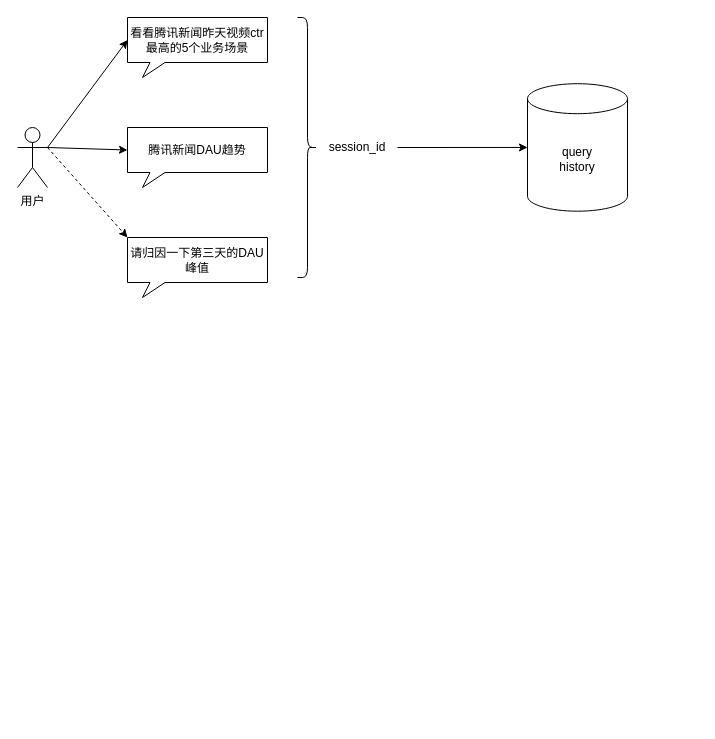
Earlier version of the draw.io diagram llm_multi_round.drawio (learn2Pro/draw_io_save). Source tidied: cells renumbered, new cells numbered last; positions are measured from the earlier drawing's top-left corner, leaving out a move shared by most shapes. Both pictures are drawn from the tidied source at 100%, with x=0, y=0 at pixel (17, 17). Pictures stored in the file or linked from it are replaced by grey dashed boxes.
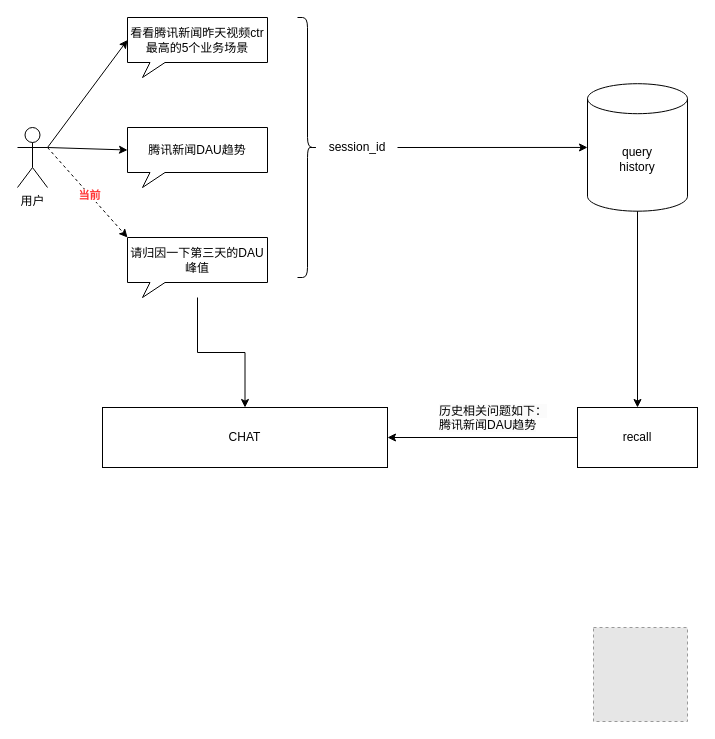
The same page after the edit.

Unchanged cells that the change refers to:
```xml
<mxCell id="4" value="请归因一下第三天的DAU峰值" style="whiteSpace=wrap;html=1;shape=mxgraph.basic.rectCallout;dx=30;dy=15;boundedLbl=1;" parent="1" vertex="1">
  <mxGeometry x="110" y="220" width="140" height="60" as="geometry" />
</mxCell>
<mxCell id="8" style="endArrow=classic;html=1;rounded=0;entryX=0;entryY=0;entryDx=0;entryDy=0;entryPerimeter=0;exitX=1;exitY=0.3333333333333333;exitDx=0;exitDy=0;exitPerimeter=0;dashed=1;" parent="1" edge="1" source="5" target="4">
  <mxGeometry relative="1" as="geometry" />
</mxCell>
```

What changed in the source:
```diff
@@
+    <mxCell id="13" style="edgeStyle=orthogonalEdgeStyle;rounded=0;jettySize=auto;html=1;" parent="1" edge="1" source="4" target="15">
+      <mxGeometry relative="1" as="geometry" />
+    </mxCell>
@@
+    <mxCell id="14" value="&lt;b&gt;&lt;font color=&quot;#ff3333&quot;&gt;当前&lt;/font&gt;&lt;/b&gt;" style="edgeLabel;html=1;align=center;verticalAlign=middle;" parent="8" vertex="1">
+      <mxGeometry x="0.05" relative="1" as="geometry" />
+    </mxCell>
@@
     <mxCell id="11" value="query &lt;br&gt;history" style="shape=cylinder3;whiteSpace=wrap;html=1;boundedLbl=1;backgroundOutline=1;size=15;" parent="1" vertex="1">
-      <mxGeometry x="510" y="66.2" width="100" height="127.5" as="geometry" />
+      <mxGeometry x="570" y="66.2" width="100" height="127.5" as="geometry" />
     </mxCell>
@@
+    <mxCell id="15" value="CHAT" style="rounded=0;whiteSpace=wrap;html=1;" parent="1" vertex="1">
+      <mxGeometry x="85" y="390" width="285" height="60" as="geometry" />
+    </mxCell>
+    <mxCell id="16" value="recall" style="rounded=0;whiteSpace=wrap;html=1;" parent="1" vertex="1">
+      <mxGeometry x="560" y="390" width="120" height="60" as="geometry" />
+    </mxCell>
+    <mxCell id="17" style="endArrow=classic;html=1;rounded=0;exitX=0;exitY=0.5;exitDx=0;exitDy=0;entryX=1;entryY=0.5;entryDx=0;entryDy=0;" parent="1" edge="1" source="16" target="15">
+      <mxGeometry relative="1" as="geometry" />
+    </mxCell>
+    <mxCell id="18" value="&lt;span style=&quot;color: rgb(0, 0, 0); font-family: Helvetica; font-size: 12px; font-style: normal; font-variant-ligatures: normal; font-variant-caps: normal; font-weight: 400; letter-spacing: normal; orphans: 2; text-align: center; text-indent: 0px; text-transform: none; widows: 2; word-spacing: 0px; -webkit-text-stroke-width: 0px; background-color: rgb(251, 251, 251); text-decoration-thickness: initial; text-decoration-style: initial; text-decoration-color: initial; float: none; display: inline !important;&quot;&gt;历史相关问题如下：&lt;br&gt;腾讯新闻DAU趋势&lt;/span&gt;" style="text;whiteSpace=wrap;html=1;" parent="1" vertex="1">
+      <mxGeometry x="420" y="380" width="130" height="40" as="geometry" />
+    </mxCell>
+    <mxCell id="19" style="endArrow=classic;html=1;rounded=0;exitX=0.5;exitY=1;exitDx=0;exitDy=0;exitPerimeter=0;" parent="1" edge="1" source="11" target="16">
+      <mxGeometry relative="1" as="geometry" />
+    </mxCell>
+    <mxCell id="20" style="fillColor=#E6E6E6;strokeColor=#999999;dashed=1;verticalLabelPosition=bottom;labelBackgroundColor=default;verticalAlign=top;" parent="1" vertex="1">
+      <mxGeometry x="576" y="610" width="94" height="94" as="geometry" />
+    </mxCell>
```
